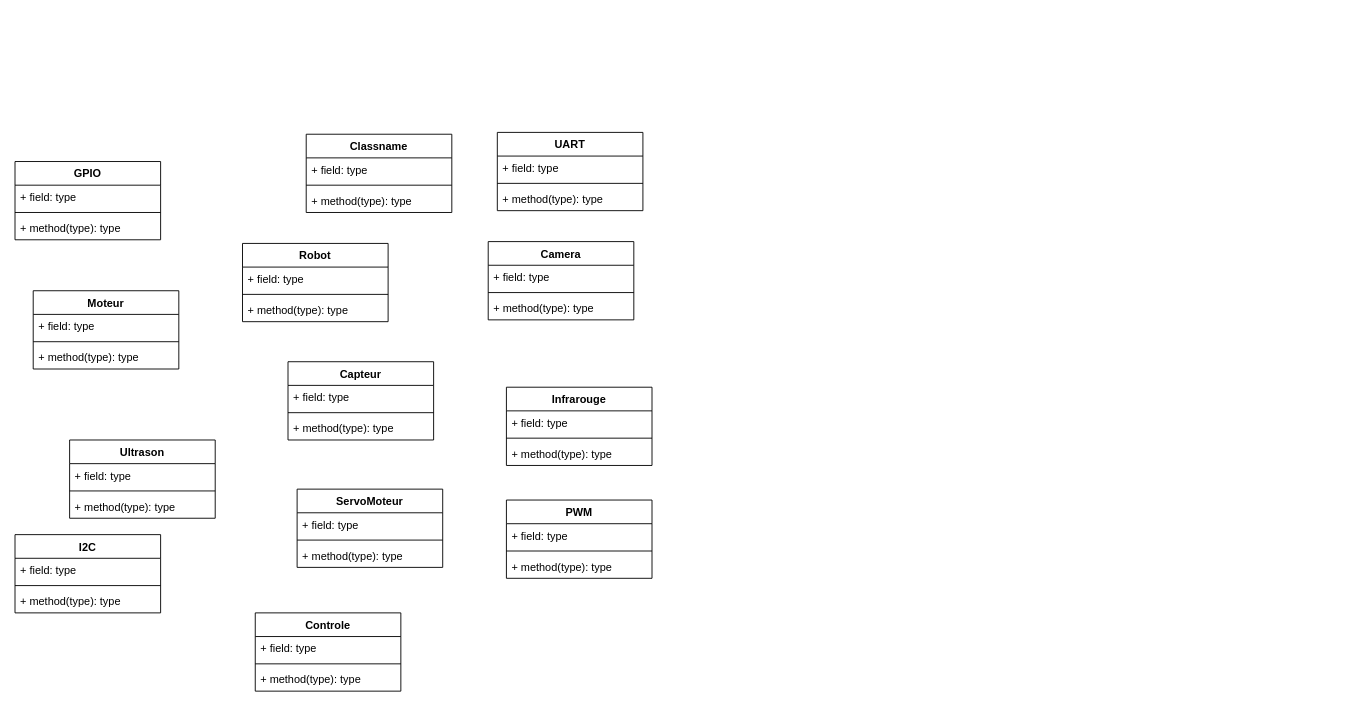
The draw.io diagram Untitled Diagram.drawio in Suu014/robot2, before the edit. Source tidied: cells renumbered, new cells numbered last; positions are measured from the earlier drawing's top-left corner, leaving out a move shared by most shapes. Both pictures are drawn from the tidied source at 91%, with x=0, y=0 at pixel (15, 132).
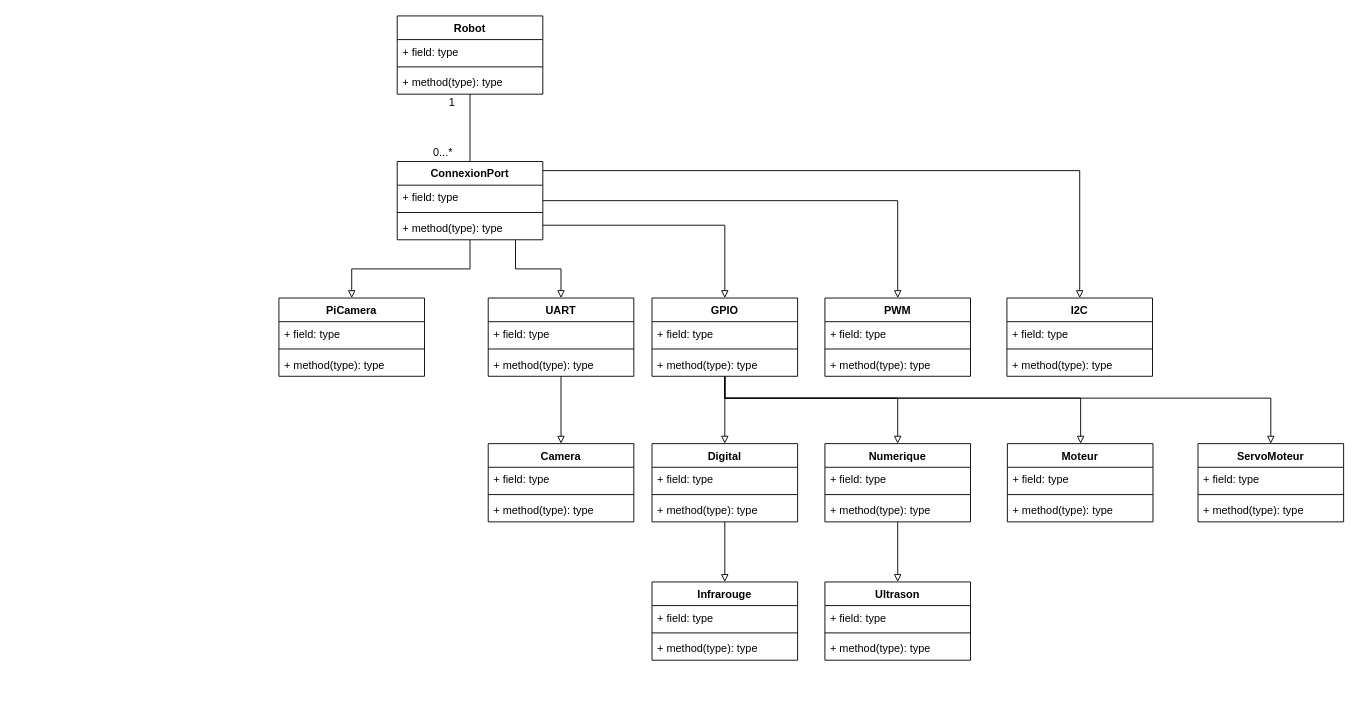
The same page after the edit.

What changed in the source:
```diff
@@
+    <mxCell id="54" style="edgeStyle=orthogonalEdgeStyle;rounded=0;jettySize=auto;html=1;endArrow=none;endFill=0;" parent="1" edge="1" source="2" target="65">
+      <mxGeometry relative="1" as="geometry" />
+    </mxCell>
     <mxCell id="2" value="Robot" style="swimlane;fontStyle=1;align=center;verticalAlign=top;horizontal=1;startSize=26;" parent="1" vertex="1">
-      <mxGeometry x="250" y="122" width="160" height="86" as="geometry" />
+      <mxGeometry x="420" y="-128" width="160" height="86" as="geometry" />
     </mxCell>
@@
-    <mxCell id="6" value="Capteur" style="swimlane;fontStyle=1;align=center;verticalAlign=top;horizontal=1;startSize=26;" parent="1" vertex="1">
-      <mxGeometry x="300" y="252" width="160" height="86" as="geometry" />
-    </mxCell>
-    <mxCell id="7" value="+ field: type" style="text;strokeColor=none;fillColor=none;align=left;verticalAlign=top;spacingLeft=4;spacingRight=4;overflow=hidden;" parent="6" vertex="1">
-      <mxGeometry y="26" width="160" height="26" as="geometry" />
-    </mxCell>
-    <mxCell id="8" style="line;strokeWidth=1;fillColor=none;align=left;verticalAlign=middle;spacingTop=-1;spacingLeft=3;spacingRight=3;labelPosition=right;" parent="6" vertex="1">
-      <mxGeometry y="52" width="160" height="8" as="geometry" />
-    </mxCell>
-    <mxCell id="9" value="+ method(type): type" style="text;strokeColor=none;fillColor=none;align=left;verticalAlign=top;spacingLeft=4;spacingRight=4;overflow=hidden;" parent="6" vertex="1">
-      <mxGeometry y="60" width="160" height="26" as="geometry" />
-    </mxCell>
     <mxCell id="10" value="Moteur" style="swimlane;fontStyle=1;align=center;verticalAlign=top;horizontal=1;startSize=26;" parent="1" vertex="1">
-      <mxGeometry x="20" y="174" width="160" height="86" as="geometry" />
+      <mxGeometry x="1090.5" y="342" width="160" height="86" as="geometry" />
     </mxCell>
@@
     <mxCell id="14" value="Camera" style="swimlane;fontStyle=1;align=center;verticalAlign=top;horizontal=1;startSize=26;" parent="1" vertex="1">
-      <mxGeometry x="520" y="120" width="160" height="86" as="geometry" />
+      <mxGeometry x="520" y="342" width="160" height="86" as="geometry" />
     </mxCell>
@@
     <mxCell id="18" value="Ultrason" style="swimlane;fontStyle=1;align=center;verticalAlign=top;horizontal=1;startSize=26;" parent="1" vertex="1">
-      <mxGeometry x="60" y="338" width="160" height="86" as="geometry" />
+      <mxGeometry x="890" y="494" width="160" height="86" as="geometry" />
     </mxCell>
@@
     <mxCell id="22" value="Infrarouge" style="swimlane;fontStyle=1;align=center;verticalAlign=top;horizontal=1;startSize=26;" parent="1" vertex="1">
-      <mxGeometry x="540" y="280" width="160" height="86" as="geometry" />
+      <mxGeometry x="700" y="494" width="160" height="86" as="geometry" />
     </mxCell>
@@
     <mxCell id="26" value="ServoMoteur" style="swimlane;fontStyle=1;align=center;verticalAlign=top;horizontal=1;startSize=26;" parent="1" vertex="1">
-      <mxGeometry x="310" y="392" width="160" height="86" as="geometry" />
+      <mxGeometry x="1300" y="342" width="160" height="86" as="geometry" />
     </mxCell>
@@
-    <mxCell id="30" value="Classname" style="swimlane;fontStyle=1;align=center;verticalAlign=top;horizontal=1;startSize=26;" parent="1" vertex="1">
-      <mxGeometry x="320" y="2" width="160" height="86" as="geometry" />
-    </mxCell>
-    <mxCell id="31" value="+ field: type" style="text;strokeColor=none;fillColor=none;align=left;verticalAlign=top;spacingLeft=4;spacingRight=4;overflow=hidden;" parent="30" vertex="1">
-      <mxGeometry y="26" width="160" height="26" as="geometry" />
-    </mxCell>
-    <mxCell id="32" style="line;strokeWidth=1;fillColor=none;align=left;verticalAlign=middle;spacingTop=-1;spacingLeft=3;spacingRight=3;labelPosition=right;" parent="30" vertex="1">
-      <mxGeometry y="52" width="160" height="8" as="geometry" />
-    </mxCell>
-    <mxCell id="33" value="+ method(type): type" style="text;strokeColor=none;fillColor=none;align=left;verticalAlign=top;spacingLeft=4;spacingRight=4;overflow=hidden;" parent="30" vertex="1">
-      <mxGeometry y="60" width="160" height="26" as="geometry" />
-    </mxCell>
+    <mxCell id="55" style="edgeStyle=orthogonalEdgeStyle;rounded=0;jettySize=auto;html=1;entryX=0.5;entryY=0;entryDx=0;entryDy=0;startArrow=none;startFill=0;endArrow=block;endFill=0;" parent="1" edge="1" source="34" target="75">
+      <mxGeometry relative="1" as="geometry" />
+    </mxCell>
+    <mxCell id="56" style="edgeStyle=orthogonalEdgeStyle;rounded=0;jettySize=auto;html=1;entryX=0.5;entryY=0;entryDx=0;entryDy=0;startArrow=none;startFill=0;endArrow=block;endFill=0;" parent="1" edge="1" source="34" target="70">
+      <mxGeometry relative="1" as="geometry">
+        <Array as="points">
+          <mxPoint x="780" y="292" />
+          <mxPoint x="970" y="292" />
+        </Array>
+      </mxGeometry>
+    </mxCell>
+    <mxCell id="57" style="edgeStyle=orthogonalEdgeStyle;rounded=0;jettySize=auto;html=1;startArrow=none;startFill=0;endArrow=block;endFill=0;" parent="1" edge="1" source="34" target="10">
+      <mxGeometry relative="1" as="geometry">
+        <Array as="points">
+          <mxPoint x="780" y="292" />
+          <mxPoint x="1171" y="292" />
+        </Array>
+      </mxGeometry>
+    </mxCell>
+    <mxCell id="58" style="edgeStyle=orthogonalEdgeStyle;rounded=0;jettySize=auto;html=1;startArrow=none;startFill=0;endArrow=block;endFill=0;" parent="1" edge="1" source="34" target="26">
+      <mxGeometry relative="1" as="geometry">
+        <Array as="points">
+          <mxPoint x="780" y="292" />
+          <mxPoint x="1380" y="292" />
+        </Array>
+      </mxGeometry>
+    </mxCell>
     <mxCell id="34" value="GPIO" style="swimlane;fontStyle=1;align=center;verticalAlign=top;horizontal=1;startSize=26;" parent="1" vertex="1">
-      <mxGeometry y="32" width="160" height="86" as="geometry" />
+      <mxGeometry x="700" y="182" width="160" height="86" as="geometry" />
     </mxCell>
@@
+    <mxCell id="59" style="edgeStyle=orthogonalEdgeStyle;rounded=0;jettySize=auto;html=1;startArrow=none;startFill=0;endArrow=block;endFill=0;" parent="1" edge="1" source="38" target="14">
+      <mxGeometry relative="1" as="geometry" />
+    </mxCell>
     <mxCell id="38" value="UART" style="swimlane;fontStyle=1;align=center;verticalAlign=top;horizontal=1;startSize=26;" parent="1" vertex="1">
-      <mxGeometry x="530" width="160" height="86" as="geometry" />
+      <mxGeometry x="520" y="182" width="160" height="86" as="geometry" />
     </mxCell>
@@
     <mxCell id="42" value="I2C" style="swimlane;fontStyle=1;align=center;verticalAlign=top;horizontal=1;startSize=26;" parent="1" vertex="1">
-      <mxGeometry y="442" width="160" height="86" as="geometry" />
+      <mxGeometry x="1090" y="182" width="160" height="86" as="geometry" />
     </mxCell>
@@
     <mxCell id="46" value="PWM" style="swimlane;fontStyle=1;align=center;verticalAlign=top;horizontal=1;startSize=26;" parent="1" vertex="1">
-      <mxGeometry x="540" y="404" width="160" height="86" as="geometry" />
+      <mxGeometry x="890" y="182" width="160" height="86" as="geometry" />
     </mxCell>
@@
-    <mxCell id="50" value="Controle" style="swimlane;fontStyle=1;align=center;verticalAlign=top;horizontal=1;startSize=26;" parent="1" vertex="1">
-      <mxGeometry x="264" y="528" width="160" height="86" as="geometry" />
-    </mxCell>
-    <mxCell id="51" value="+ field: type" style="text;strokeColor=none;fillColor=none;align=left;verticalAlign=top;spacingLeft=4;spacingRight=4;overflow=hidden;" parent="50" vertex="1">
-      <mxGeometry y="26" width="160" height="26" as="geometry" />
-    </mxCell>
-    <mxCell id="52" style="line;strokeWidth=1;fillColor=none;align=left;verticalAlign=middle;spacingTop=-1;spacingLeft=3;spacingRight=3;labelPosition=right;" parent="50" vertex="1">
-      <mxGeometry y="52" width="160" height="8" as="geometry" />
-    </mxCell>
-    <mxCell id="53" value="+ method(type): type" style="text;strokeColor=none;fillColor=none;align=left;verticalAlign=top;spacingLeft=4;spacingRight=4;overflow=hidden;" parent="50" vertex="1">
-      <mxGeometry y="60" width="160" height="26" as="geometry" />
-    </mxCell>
+    <mxCell id="60" style="edgeStyle=orthogonalEdgeStyle;rounded=0;jettySize=auto;html=1;entryX=0.5;entryY=0;entryDx=0;entryDy=0;endArrow=block;endFill=0;" parent="1" edge="1" source="65" target="38">
+      <mxGeometry relative="1" as="geometry">
+        <Array as="points">
+          <mxPoint x="550" y="150" />
+          <mxPoint x="600" y="150" />
+        </Array>
+      </mxGeometry>
+    </mxCell>
+    <mxCell id="61" style="edgeStyle=orthogonalEdgeStyle;rounded=0;jettySize=auto;html=1;endArrow=block;endFill=0;" parent="1" edge="1" source="65" target="34">
+      <mxGeometry relative="1" as="geometry">
+        <Array as="points">
+          <mxPoint x="780" y="102" />
+        </Array>
+      </mxGeometry>
+    </mxCell>
+    <mxCell id="62" style="edgeStyle=orthogonalEdgeStyle;rounded=0;jettySize=auto;html=1;endArrow=block;endFill=0;" parent="1" edge="1" source="65" target="46">
+      <mxGeometry relative="1" as="geometry">
+        <Array as="points">
+          <mxPoint x="970" y="75" />
+        </Array>
+      </mxGeometry>
+    </mxCell>
+    <mxCell id="63" style="edgeStyle=orthogonalEdgeStyle;rounded=0;jettySize=auto;html=1;entryX=0.5;entryY=0;entryDx=0;entryDy=0;endArrow=block;endFill=0;" parent="1" edge="1" source="65" target="42">
+      <mxGeometry relative="1" as="geometry">
+        <Array as="points">
+          <mxPoint x="1170" y="42" />
+        </Array>
+      </mxGeometry>
+    </mxCell>
+    <mxCell id="64" style="edgeStyle=orthogonalEdgeStyle;rounded=0;jettySize=auto;html=1;startArrow=none;startFill=0;endArrow=block;endFill=0;" parent="1" edge="1" source="65" target="81">
+      <mxGeometry relative="1" as="geometry" />
+    </mxCell>
+    <mxCell id="65" value="ConnexionPort" style="swimlane;fontStyle=1;align=center;verticalAlign=top;horizontal=1;startSize=26;" parent="1" vertex="1">
+      <mxGeometry x="420" y="32" width="160" height="86" as="geometry" />
+    </mxCell>
+    <mxCell id="66" value="+ field: type" style="text;strokeColor=none;fillColor=none;align=left;verticalAlign=top;spacingLeft=4;spacingRight=4;overflow=hidden;" parent="65" vertex="1">
+      <mxGeometry y="26" width="160" height="26" as="geometry" />
+    </mxCell>
+    <mxCell id="67" style="line;strokeWidth=1;fillColor=none;align=left;verticalAlign=middle;spacingTop=-1;spacingLeft=3;spacingRight=3;labelPosition=right;" parent="65" vertex="1">
+      <mxGeometry y="52" width="160" height="8" as="geometry" />
+    </mxCell>
+    <mxCell id="68" value="+ method(type): type" style="text;strokeColor=none;fillColor=none;align=left;verticalAlign=top;spacingLeft=4;spacingRight=4;overflow=hidden;" parent="65" vertex="1">
+      <mxGeometry y="60" width="160" height="26" as="geometry" />
+    </mxCell>
+    <mxCell id="69" style="edgeStyle=orthogonalEdgeStyle;rounded=0;jettySize=auto;html=1;startArrow=none;startFill=0;endArrow=block;endFill=0;" parent="1" edge="1" source="70" target="18">
+      <mxGeometry relative="1" as="geometry" />
+    </mxCell>
+    <mxCell id="70" value="Numerique" style="swimlane;fontStyle=1;align=center;verticalAlign=top;horizontal=1;startSize=26;" parent="1" vertex="1">
+      <mxGeometry x="890" y="342" width="160" height="86" as="geometry" />
+    </mxCell>
+    <mxCell id="71" value="+ field: type" style="text;strokeColor=none;fillColor=none;align=left;verticalAlign=top;spacingLeft=4;spacingRight=4;overflow=hidden;" parent="70" vertex="1">
+      <mxGeometry y="26" width="160" height="26" as="geometry" />
+    </mxCell>
+    <mxCell id="72" style="line;strokeWidth=1;fillColor=none;align=left;verticalAlign=middle;spacingTop=-1;spacingLeft=3;spacingRight=3;labelPosition=right;" parent="70" vertex="1">
+      <mxGeometry y="52" width="160" height="8" as="geometry" />
+    </mxCell>
+    <mxCell id="73" value="+ method(type): type" style="text;strokeColor=none;fillColor=none;align=left;verticalAlign=top;spacingLeft=4;spacingRight=4;overflow=hidden;" parent="70" vertex="1">
+      <mxGeometry y="60" width="160" height="26" as="geometry" />
+    </mxCell>
+    <mxCell id="74" style="edgeStyle=orthogonalEdgeStyle;rounded=0;jettySize=auto;html=1;startArrow=none;startFill=0;endArrow=block;endFill=0;" parent="1" edge="1" source="75" target="22">
+      <mxGeometry relative="1" as="geometry" />
+    </mxCell>
+    <mxCell id="75" value="Digital" style="swimlane;fontStyle=1;align=center;verticalAlign=top;horizontal=1;startSize=26;" parent="1" vertex="1">
+      <mxGeometry x="700" y="342" width="160" height="86" as="geometry" />
+    </mxCell>
+    <mxCell id="76" value="+ field: type" style="text;strokeColor=none;fillColor=none;align=left;verticalAlign=top;spacingLeft=4;spacingRight=4;overflow=hidden;" parent="75" vertex="1">
+      <mxGeometry y="26" width="160" height="26" as="geometry" />
+    </mxCell>
+    <mxCell id="77" style="line;strokeWidth=1;fillColor=none;align=left;verticalAlign=middle;spacingTop=-1;spacingLeft=3;spacingRight=3;labelPosition=right;" parent="75" vertex="1">
+      <mxGeometry y="52" width="160" height="8" as="geometry" />
+    </mxCell>
+    <mxCell id="78" value="+ method(type): type" style="text;strokeColor=none;fillColor=none;align=left;verticalAlign=top;spacingLeft=4;spacingRight=4;overflow=hidden;" parent="75" vertex="1">
+      <mxGeometry y="60" width="160" height="26" as="geometry" />
+    </mxCell>
+    <mxCell id="79" value="1" style="text;html=1;align=center;verticalAlign=middle;strokeColor=none;fillColor=none;" parent="1" vertex="1">
+      <mxGeometry x="470" y="-42" width="20" height="20" as="geometry" />
+    </mxCell>
+    <mxCell id="80" value="0...*" style="text;html=1;align=center;verticalAlign=middle;strokeColor=none;fillColor=none;" parent="1" vertex="1">
+      <mxGeometry x="450" y="12" width="40" height="20" as="geometry" />
+    </mxCell>
+    <mxCell id="81" value="PiCamera" style="swimlane;fontStyle=1;align=center;verticalAlign=top;horizontal=1;startSize=26;" parent="1" vertex="1">
+      <mxGeometry x="290" y="182" width="160" height="86" as="geometry" />
+    </mxCell>
+    <mxCell id="82" value="+ field: type" style="text;strokeColor=none;fillColor=none;align=left;verticalAlign=top;spacingLeft=4;spacingRight=4;overflow=hidden;" parent="81" vertex="1">
+      <mxGeometry y="26" width="160" height="26" as="geometry" />
+    </mxCell>
+    <mxCell id="83" style="line;strokeWidth=1;fillColor=none;align=left;verticalAlign=middle;spacingTop=-1;spacingLeft=3;spacingRight=3;labelPosition=right;" parent="81" vertex="1">
+      <mxGeometry y="52" width="160" height="8" as="geometry" />
+    </mxCell>
+    <mxCell id="84" value="+ method(type): type" style="text;strokeColor=none;fillColor=none;align=left;verticalAlign=top;spacingLeft=4;spacingRight=4;overflow=hidden;" parent="81" vertex="1">
+      <mxGeometry y="60" width="160" height="26" as="geometry" />
+    </mxCell>
```
